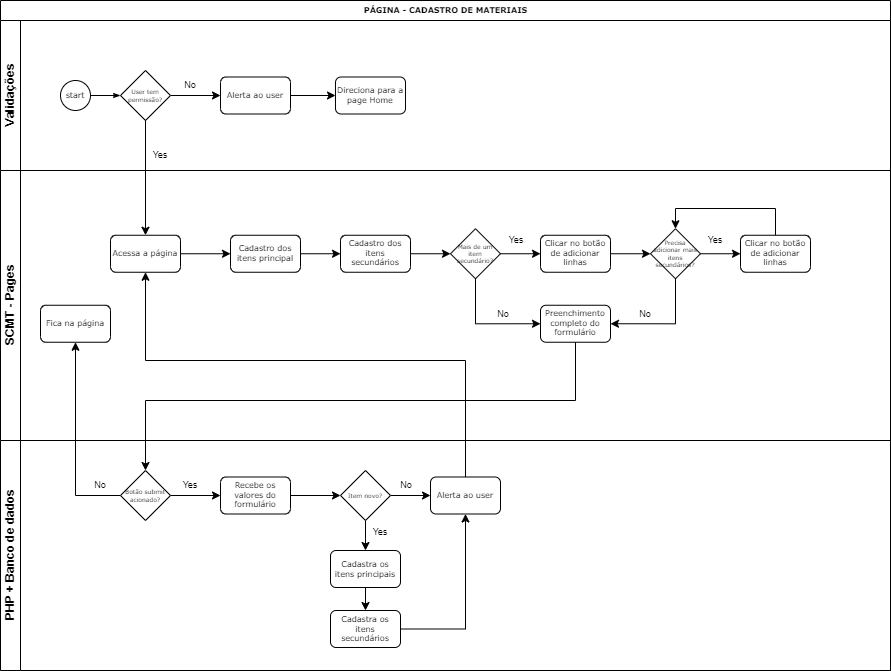
Above: cadastro_materiais.drawio.png in RogiNascimento/diagramas (draw.io), before the change. Source tidied: cells renumbered, new cells last; positions are measured from the earlier drawing's top-left corner, leaving out a move shared by most shapes.
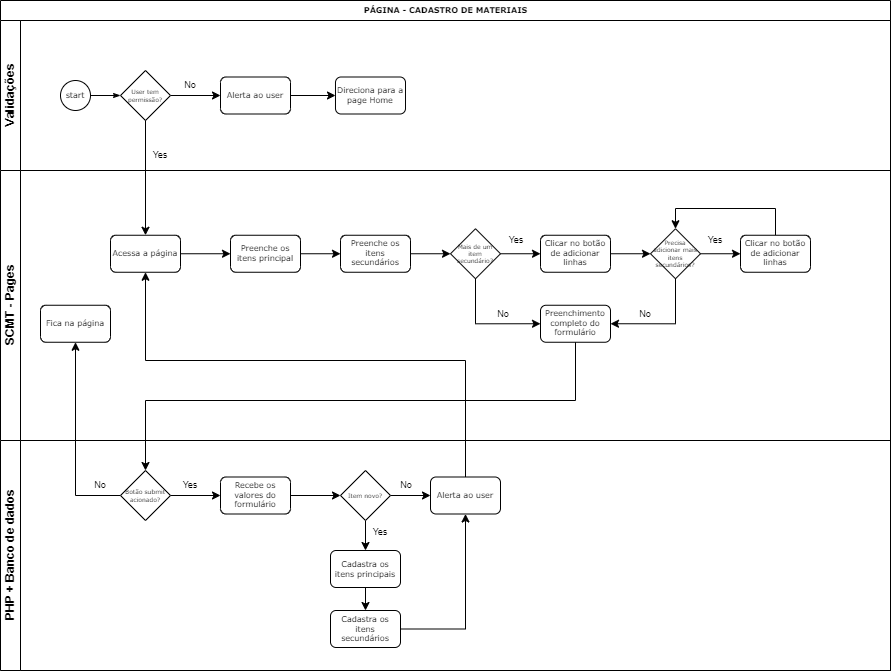
After the change.

The edit, as a diff of the source:
```diff
@@ -49,13 +49,13 @@
     <mxCell id="16" style="edgeStyle=orthogonalEdgeStyle;rounded=0;jettySize=auto;html=1;fontSize=6;" parent="13" edge="1" source="17" target="19">
       <mxGeometry relative="1" as="geometry" />
     </mxCell>
-    <mxCell id="17" value="Cadastro dos itens principal" style="rounded=1;whiteSpace=wrap;html=1;shadow=0;labelBackgroundColor=none;strokeWidth=1;fontFamily=Verdana;fontSize=8;align=center;" parent="13" vertex="1">
+    <mxCell id="17" value="Preenche os itens principal" style="rounded=1;whiteSpace=wrap;html=1;shadow=0;labelBackgroundColor=none;strokeWidth=1;fontFamily=Verdana;fontSize=8;align=center;" parent="13" vertex="1">
       <mxGeometry x="230" y="64.7" width="70" height="37" as="geometry" />
     </mxCell>
     <mxCell id="18" style="edgeStyle=orthogonalEdgeStyle;rounded=0;jettySize=auto;html=1;fontSize=6;" parent="13" edge="1" source="19" target="22">
       <mxGeometry relative="1" as="geometry" />
     </mxCell>
-    <mxCell id="19" value="Cadastro dos itens secundários" style="rounded=1;whiteSpace=wrap;html=1;shadow=0;labelBackgroundColor=none;strokeWidth=1;fontFamily=Verdana;fontSize=8;align=center;" parent="13" vertex="1">
+    <mxCell id="19" value="Preenche os itens secundários" style="rounded=1;whiteSpace=wrap;html=1;shadow=0;labelBackgroundColor=none;strokeWidth=1;fontFamily=Verdana;fontSize=8;align=center;" parent="13" vertex="1">
       <mxGeometry x="340" y="64.7" width="70" height="37" as="geometry" />
     </mxCell>
     <mxCell id="20" style="edgeStyle=orthogonalEdgeStyle;rounded=0;jettySize=auto;html=1;fontSize=6;" parent="13" edge="1" source="22" target="24">
```
